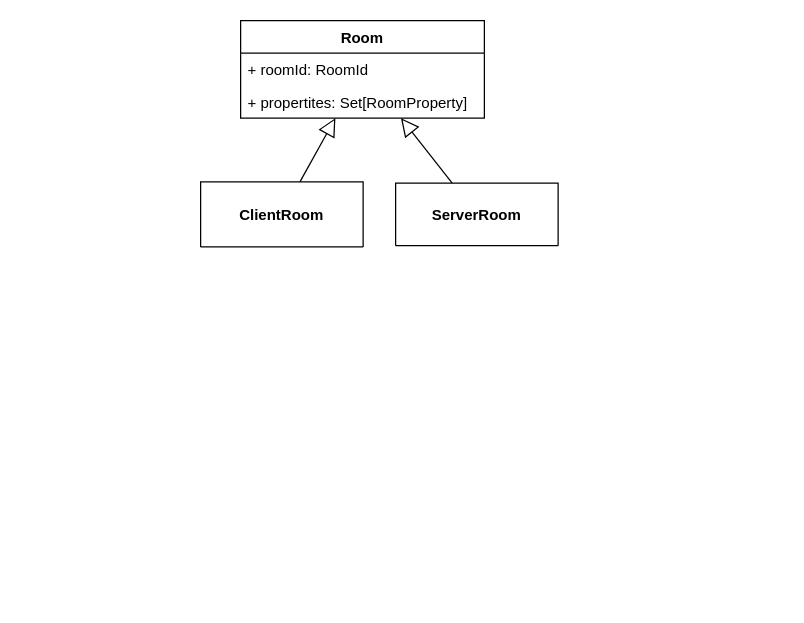
Earlier version of the draw.io diagram page "Page-3" (3 of 4) of doc/diagrams/common/room/room-class.drawio (StefanoSalvatori/PPS-18-scala-omg). Source tidied: cells renumbered, new cells numbered last; positions are measured from the earlier drawing's top-left corner, leaving out a move shared by most shapes. Both pictures are drawn from the tidied source at 125%, with x=0, y=0 at pixel (200, 20).
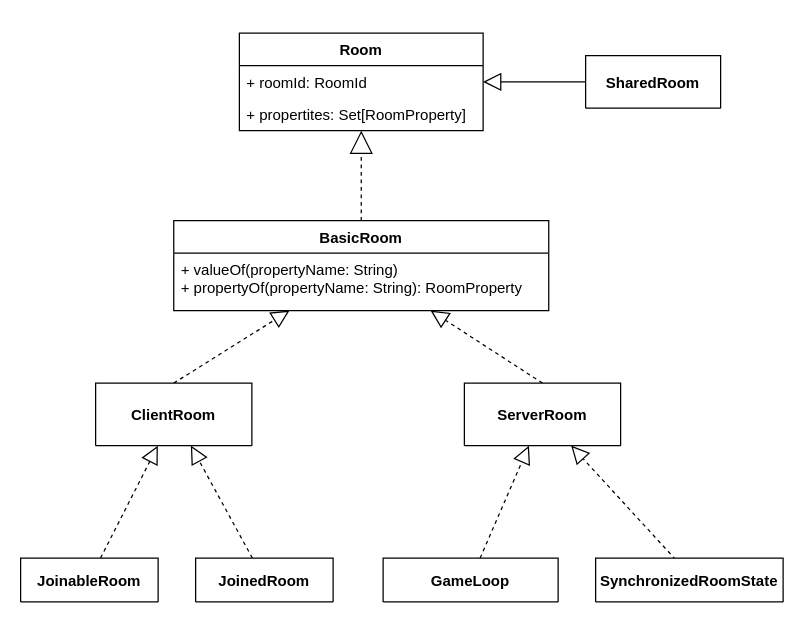
The same diagram, later.

Commit message (it also covers changes not shown here):
doc: improved diagrams

What changed in the source:
```diff
@@
-    <mxCell id="2" style="endArrow=block;endSize=12;endFill=0;html=1;" parent="1" edge="1" source="7" target="4">
-      <mxGeometry relative="1" as="geometry" />
-    </mxCell>
-    <mxCell id="3" style="edgeStyle=none;rounded=0;jettySize=auto;html=1;startSize=8;endArrow=block;endFill=0;endSize=12;fontSize=12;" parent="1" edge="1" source="8" target="4">
-      <mxGeometry relative="1" as="geometry" />
-    </mxCell>
+    <mxCell id="9" style="endArrow=block;endSize=16;endFill=0;html=1;entryX=0.5;entryY=1;entryDx=0;entryDy=0;dashed=1;" parent="1" edge="1" source="12" target="4">
+      <mxGeometry relative="1" as="geometry" />
+    </mxCell>
     <mxCell id="4" value="Room" style="swimlane;fontStyle=1;align=center;verticalAlign=top;horizontal=1;startSize=26;" parent="1" vertex="1">
-      <mxGeometry x="32" width="195" height="78" as="geometry" />
+      <mxGeometry x="31" y="10" width="195" height="78" as="geometry" />
     </mxCell>
@@
+    <mxCell id="10" style="edgeStyle=none;rounded=0;jettySize=auto;html=1;startSize=8;endArrow=block;endFill=0;endSize=12;fontSize=12;exitX=0.5;exitY=0;exitDx=0;exitDy=0;dashed=1;" parent="1" edge="1" source="7" target="12">
+      <mxGeometry relative="1" as="geometry" />
+    </mxCell>
+    <mxCell id="11" style="edgeStyle=none;rounded=0;jettySize=auto;html=1;startSize=8;endArrow=block;endFill=0;endSize=12;fontSize=12;exitX=0.5;exitY=0;exitDx=0;exitDy=0;dashed=1;" parent="1" edge="1" source="8" target="12">
+      <mxGeometry relative="1" as="geometry" />
+    </mxCell>
+    <mxCell id="12" value="BasicRoom" style="swimlane;fontStyle=1;align=center;verticalAlign=top;horizontal=1;startSize=26;" parent="1" vertex="1">
+      <mxGeometry x="-21.5" y="160" width="300" height="72" as="geometry" />
+    </mxCell>
+    <mxCell id="13" value="+ valueOf(propertyName: String)&#10;+ propertyOf(propertyName: String): RoomProperty" style="text;strokeColor=none;fillColor=none;align=left;verticalAlign=top;spacingLeft=4;spacingRight=4;overflow=hidden;" parent="12" vertex="1">
+      <mxGeometry y="26" width="300" height="46" as="geometry" />
+    </mxCell>
+    <mxCell id="14" value="SharedRoom" style="swimlane;fontStyle=1;align=center;verticalAlign=middle;horizontal=1;startSize=52;" parent="1" vertex="1">
+      <mxGeometry x="308" y="28" width="108" height="42" as="geometry" />
+    </mxCell>
+    <mxCell id="15" style="edgeStyle=none;rounded=0;jettySize=auto;html=1;startSize=8;endArrow=block;endFill=0;endSize=12;fontSize=12;" parent="1" edge="1" source="14" target="4">
+      <mxGeometry relative="1" as="geometry" />
+    </mxCell>
+    <mxCell id="16" style="endArrow=block;dashed=1;endFill=0;endSize=12;html=1;" parent="1" edge="1" source="20" target="7">
+      <mxGeometry relative="1" as="geometry" />
+    </mxCell>
+    <mxCell id="17" style="edgeStyle=none;rounded=0;jettySize=auto;html=1;startSize=8;endArrow=block;endFill=0;endSize=12;dashed=1;" parent="1" edge="1" source="23" target="7">
+      <mxGeometry relative="1" as="geometry" />
+    </mxCell>
+    <mxCell id="18" style="edgeStyle=none;rounded=0;jettySize=auto;html=1;startSize=8;endArrow=block;endFill=0;endSize=12;fontSize=12;dashed=1;" parent="1" edge="1" source="21" target="8">
+      <mxGeometry relative="1" as="geometry" />
+    </mxCell>
+    <mxCell id="19" style="edgeStyle=none;rounded=0;jettySize=auto;html=1;startSize=8;endArrow=block;endFill=0;endSize=12;fontSize=12;dashed=1;" parent="1" edge="1" target="8">
+      <mxGeometry relative="1" as="geometry">
+        <mxPoint x="388.1" y="440" as="sourcePoint" />
+      </mxGeometry>
+    </mxCell>
+    <mxCell id="20" value="JoinableRoom" style="swimlane;fontStyle=1;align=center;verticalAlign=middle;horizontal=1;startSize=52;" parent="1" vertex="1">
+      <mxGeometry x="-144" y="430" width="110" height="35" as="geometry" />
+    </mxCell>
     <mxCell id="7" value="ClientRoom" style="swimlane;fontStyle=1;align=center;verticalAlign=middle;horizontal=1;startSize=52;" parent="1" vertex="1">
-      <mxGeometry y="129" width="130" height="52" as="geometry" />
+      <mxGeometry x="-84" y="290" width="125" height="50" as="geometry" />
     </mxCell>
     <mxCell id="8" value="ServerRoom" style="swimlane;fontStyle=1;align=center;verticalAlign=middle;horizontal=1;startSize=50;labelBackgroundColor=#ffffff;fillColor=#ffffff;" parent="1" vertex="1">
-      <mxGeometry x="156" y="130" width="130" height="50" as="geometry" />
+      <mxGeometry x="211" y="290" width="125" height="50" as="geometry" />
     </mxCell>
+    <mxCell id="21" value="GameLoop" style="swimlane;fontStyle=1;align=center;verticalAlign=middle;horizontal=1;startSize=35;labelBackgroundColor=none;" parent="1" vertex="1">
+      <mxGeometry x="146" y="430" width="140" height="35" as="geometry" />
+    </mxCell>
+    <mxCell id="22" value="SynchronizedRoomState" style="swimlane;fontStyle=1;align=center;verticalAlign=middle;horizontal=1;startSize=35;labelBackgroundColor=none;" parent="1" vertex="1">
+      <mxGeometry x="316" y="430" width="150" height="35" as="geometry" />
+    </mxCell>
+    <mxCell id="23" value="JoinedRoom" style="swimlane;fontStyle=1;align=center;verticalAlign=middle;horizontal=1;startSize=52;" parent="1" vertex="1">
+      <mxGeometry x="-4" y="430" width="110" height="35" as="geometry" />
+    </mxCell>
```
